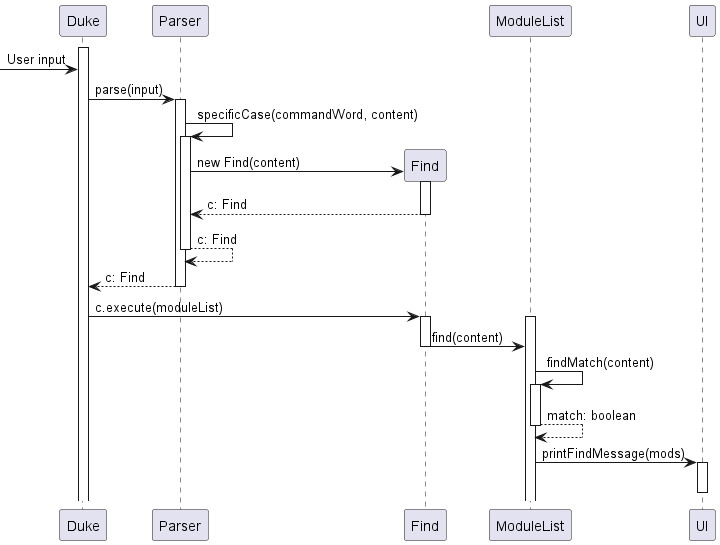
Above: docs/diagrams/FindUML.png in nus-cs2113-AY2223S1/tp (PlantUML), before the change. The source it was exported from:
```plantuml
@startuml
activate Duke
[-> Duke: User input
Duke -> Parser: parse(input)
activate Parser
Parser -> Parser: specificCase(commandWord, content)
activate Parser
create Find
Parser -> Find: new Find(content)
activate Find
return c: Find
return c: Find
return c: Find
deactivate Parser
Duke -> Find: c.execute(moduleList)
activate Find
activate ModuleList
Find -> ModuleList: find(content)
deactivate Find
ModuleList -> ModuleList: findMatch(content)
activate ModuleList
return match: boolean
ModuleList -> UI: printFindMessage(mods)
activate UI
deactivate UI

@enduml
```
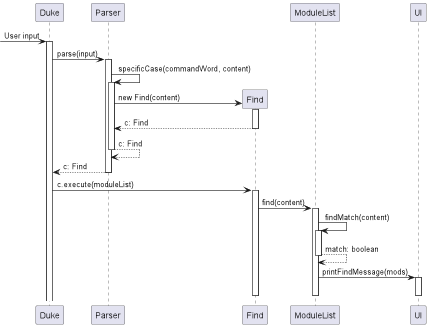
The same diagram one commit later.

The edit, as a diff of the source:
```diff
@@ -1,6 +1,6 @@
 @startuml
+[-> Duke: User input
 activate Duke
-[-> Duke: User input
 Duke -> Parser: parse(input)
 activate Parser
 Parser -> Parser: specificCase(commandWord, content)
@@ -14,14 +14,15 @@
 deactivate Parser
 Duke -> Find: c.execute(moduleList)
 activate Find
+Find -> ModuleList: find(content)
 activate ModuleList
-Find -> ModuleList: find(content)
-deactivate Find
 ModuleList -> ModuleList: findMatch(content)
 activate ModuleList
 return match: boolean
 ModuleList -> UI: printFindMessage(mods)
 activate UI
 deactivate UI
+deactivate ModuleList
+deactivate Find
 
 @enduml
```
